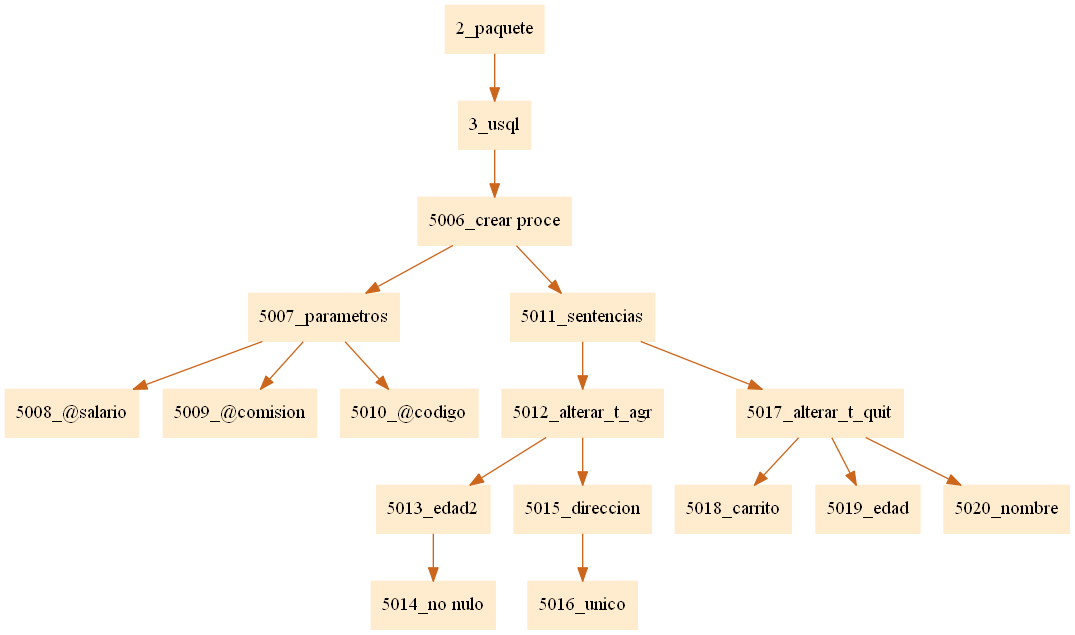
JamesMelgar/compi2javaccpr1 keeps this Graphviz diagram as pr1Compilarodores2/paquete.png. Above is the earlier version. Its source is kept beside it as pr1Compilarodores2/paquete.dot.
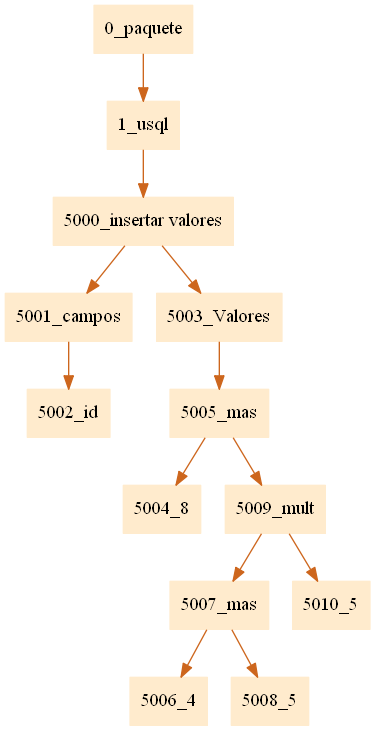
After the change.

The edit, as a diff of the source:
```diff
@@ -1,5 +1,5 @@
 digraph G {node[shape=box, style=filled, color=blanchedalmond]; edge[color=chocolate3];rankdir=UD
 
-"2_paquete"->"3_usql""3_usql"->"5006_crear proce""5006_crear proce"->"5007_parametros""5007_parametros"->"5008_@salario""5007_parametros"->"5009_@comision""5007_parametros"->"5010_@codigo""5006_crear proce"->"5011_sentencias""5011_sentencias"->"5012_alterar_t_agr""5012_alterar_t_agr"->"5013_edad2""5013_edad2"->"5014_no nulo""5012_alterar_t_agr"->"5015_direccion""5015_direccion"->"5016_unico""5011_sentencias"->"5017_alterar_t_quit""5017_alterar_t_quit"->"5018_carrito""5017_alterar_t_quit"->"5019_edad""5017_alterar_t_quit"->"5020_nombre"
+"0_paquete"->"1_usql""1_usql"->"5000_insertar valores""5000_insertar valores"->"5001_campos""5001_campos"->"5002_id""5000_insertar valores"->"5003_Valores""5003_Valores"->"5005_mas""5005_mas"->"5004_8""5005_mas"->"5009_mult""5009_mult"->"5007_mas""5007_mas"->"5006_4""5007_mas"->"5008_5""5009_mult"->"5010_5"
 
 }
```
